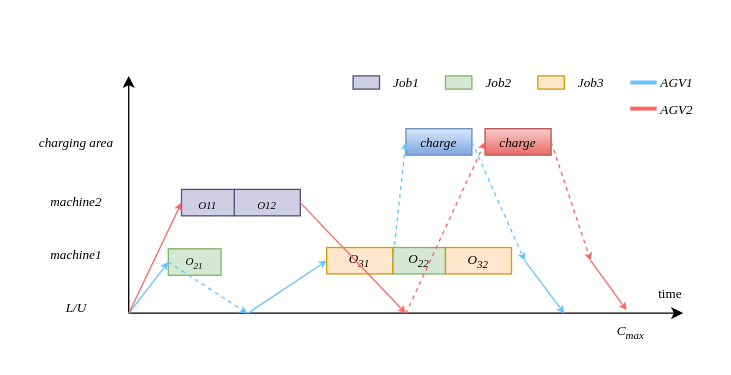
This is gante.drawio from aslongaslihappy/algorithm, a draw.io file, before an edit. Source tidied: cells renumbered, new cells numbered last; positions are measured from the earlier drawing's top-left corner, leaving out a move shared by most shapes. Both pictures are drawn from the tidied source at 132%, with x=0, y=0 at pixel (22, 62).
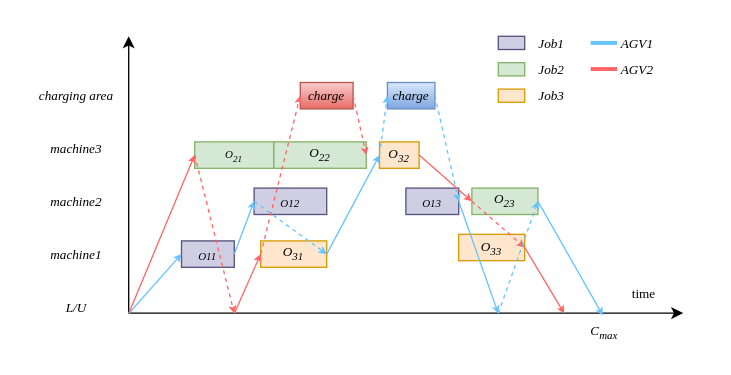
The same page after the edit.

What changed in the source:
```diff
@@
     <mxCell id="3" style="endArrow=classic;html=1;rounded=0;" parent="1" edge="1">
       <mxGeometry relative="1" as="geometry">
         <mxPoint x="80" y="190" as="sourcePoint" />
-        <mxPoint x="80" y="10" as="targetPoint" />
+        <mxPoint x="80" y="-20" as="targetPoint" />
       </mxGeometry>
     </mxCell>
@@
     <mxCell id="7" value="&lt;font face=&quot;Times New Roman&quot;&gt;&lt;span style=&quot;font-size: 10px;&quot;&gt;&lt;i&gt;charging area&lt;/i&gt;&lt;/span&gt;&lt;/font&gt;" style="text;html=1;align=center;verticalAlign=middle;strokeColor=none;fillColor=none;" parent="1" vertex="1">
-      <mxGeometry y="45" width="80" height="30" as="geometry" />
+      <mxGeometry y="10" width="80" height="30" as="geometry" />
     </mxCell>
     <mxCell id="8" value="&lt;span style=&quot;font-size: 8.33333px;&quot;&gt;O&lt;sub&gt;21&lt;/sub&gt;&lt;/span&gt;" style="rounded=0;whiteSpace=wrap;html=1;fontSize=10;fontStyle=2;fontFamily=Times New Roman;fillColor=#d5e8d4;strokeColor=#82b366;" parent="1" vertex="1">
-      <mxGeometry x="110" y="141" width="40" height="20" as="geometry" />
+      <mxGeometry x="130" y="60" width="60" height="20" as="geometry" />
     </mxCell>
     <mxCell id="9" value="&lt;sub&gt;&lt;span&gt;O&lt;/span&gt;12&lt;/sub&gt;" style="rounded=0;whiteSpace=wrap;html=1;fontSize=10;fontFamily=Times New Roman;fontStyle=2;fillColor=#d0cee2;strokeColor=#56517e;" parent="1" vertex="1">
-      <mxGeometry x="160" y="96" width="50" height="20" as="geometry" />
+      <mxGeometry x="175" y="95" width="55" height="20" as="geometry" />
     </mxCell>
     <mxCell id="10" value="O&lt;sub&gt;22&lt;/sub&gt;" style="rounded=0;whiteSpace=wrap;html=1;fontSize=10;fontStyle=2;fontFamily=Times New Roman;fillColor=#d5e8d4;strokeColor=#82b366;" parent="1" vertex="1">
-      <mxGeometry x="280" y="140" width="40" height="20" as="geometry" />
+      <mxGeometry x="190" y="60" width="70" height="20" as="geometry" />
     </mxCell>
     <mxCell id="11" value="&lt;font&gt;O&lt;sub&gt;31&lt;/sub&gt;&lt;/font&gt;" style="rounded=0;whiteSpace=wrap;html=1;fontFamily=Times New Roman;fillColor=#ffe6cc;strokeColor=#d79b00;fontStyle=2;fontSize=10;" parent="1" vertex="1">
-      <mxGeometry x="230" y="140" width="50" height="20" as="geometry" />
+      <mxGeometry x="180" y="135" width="50" height="20" as="geometry" />
     </mxCell>
     <mxCell id="12" value="charge" style="rounded=0;whiteSpace=wrap;html=1;fontFamily=Times New Roman;fontStyle=2;fontSize=10;fillColor=#f8cecc;strokeColor=#b85450;gradientColor=#ea6b66;" parent="1" vertex="1">
-      <mxGeometry x="350" y="50" width="50" height="20" as="geometry" />
+      <mxGeometry x="210" y="15" width="40" height="20" as="geometry" />
     </mxCell>
     <mxCell id="13" value="charge" style="rounded=0;whiteSpace=wrap;html=1;fontFamily=Times New Roman;fontStyle=2;fontSize=10;fillColor=#dae8fc;gradientColor=#7ea6e0;strokeColor=#6c8ebf;" parent="1" vertex="1">
-      <mxGeometry x="290" y="50" width="50" height="20" as="geometry" />
+      <mxGeometry x="276" y="15" width="36" height="20" as="geometry" />
     </mxCell>
     <mxCell id="14" value="&lt;font style=&quot;font-size: 10px;&quot;&gt;&lt;i&gt;O&lt;sub style=&quot;&quot;&gt;32&lt;/sub&gt;&lt;/i&gt;&lt;/font&gt;" style="rounded=0;whiteSpace=wrap;html=1;fontFamily=Times New Roman;fillColor=#ffe6cc;strokeColor=#d79b00;" parent="1" vertex="1">
-      <mxGeometry x="320" y="140" width="50" height="20" as="geometry" />
+      <mxGeometry x="270" y="60" width="30" height="20" as="geometry" />
     </mxCell>
     <mxCell id="15" value="&lt;span&gt;&lt;sub&gt;&lt;span&gt;O&lt;/span&gt;11&lt;/sub&gt;&lt;/span&gt;" style="rounded=0;whiteSpace=wrap;html=1;fontSize=10;fontFamily=Times New Roman;fontStyle=2;fillColor=#d0cee2;strokeColor=#56517e;" parent="1" vertex="1">
-      <mxGeometry x="120" y="96" width="40" height="20" as="geometry" />
+      <mxGeometry x="120" y="135" width="40" height="20" as="geometry" />
     </mxCell>
-    <mxCell id="16" style="endArrow=classic;html=1;rounded=0;entryX=0;entryY=0.5;entryDx=0;entryDy=0;strokeColor=light-dark(#66c4ff, #004a4a);endSize=3;" parent="1" edge="1" target="8">
+    <mxCell id="16" style="endArrow=classic;html=1;rounded=0;entryX=0;entryY=0.5;entryDx=0;entryDy=0;strokeColor=light-dark(#66c4ff, #004a4a);endSize=3;" parent="1" edge="1" target="15">
       <mxGeometry relative="1" as="geometry">
         <mxPoint x="80" y="190" as="sourcePoint" />
       </mxGeometry>
     </mxCell>
-    <mxCell id="17" style="endArrow=classic;html=1;rounded=0;strokeColor=light-dark(#66c4ff, #004a4a);jumpSize=6;endSize=3;exitX=0;exitY=0.5;exitDx=0;exitDy=0;dashed=1;" parent="1" edge="1" source="8">
-      <mxGeometry relative="1" as="geometry">
-        <mxPoint x="170" y="190" as="targetPoint" />
-      </mxGeometry>
-    </mxCell>
-    <mxCell id="18" style="endArrow=classic;html=1;rounded=0;strokeColor=#FF6666;endSize=3;fillColor=#fad9d5;dashed=1;exitX=1;exitY=0.5;exitDx=0;exitDy=0;" parent="1" edge="1" source="12">
-      <mxGeometry relative="1" as="geometry">
-        <mxPoint x="430" y="150" as="targetPoint" />
-      </mxGeometry>
-    </mxCell>
     <mxCell id="19" style="rounded=0;whiteSpace=wrap;html=1;fontSize=10;fontFamily=Times New Roman;fontStyle=2;fillColor=#d0cee2;strokeColor=#56517e;" parent="1" vertex="1">
-      <mxGeometry x="250" y="10" width="20" height="10" as="geometry" />
+      <mxGeometry x="360" y="-20" width="20" height="10" as="geometry" />
     </mxCell>
     <mxCell id="20" style="rounded=0;whiteSpace=wrap;html=1;fontSize=10;fontStyle=2;fontFamily=Times New Roman;fillColor=#d5e8d4;strokeColor=#82b366;" parent="1" vertex="1">
-      <mxGeometry x="320" y="10" width="20" height="10" as="geometry" />
+      <mxGeometry x="360" width="20" height="10" as="geometry" />
     </mxCell>
     <mxCell id="21" style="rounded=0;whiteSpace=wrap;html=1;fontFamily=Times New Roman;fillColor=#ffe6cc;strokeColor=#d79b00;" parent="1" vertex="1">
-      <mxGeometry x="390" y="10" width="20" height="10" as="geometry" />
+      <mxGeometry x="360" y="20" width="20" height="10" as="geometry" />
     </mxCell>
     <mxCell id="22" style="endArrow=none;html=1;rounded=0;strokeColor=light-dark(#66c4ff, #004a4a);jumpSize=6;endSize=3;startFill=0;strokeWidth=3;" parent="1" edge="1">
       <mxGeometry relative="1" as="geometry">
-        <mxPoint x="460" y="15" as="sourcePoint" />
-        <mxPoint x="480" y="15" as="targetPoint" />
+        <mxPoint x="430" y="-15" as="sourcePoint" />
+        <mxPoint x="450" y="-15" as="targetPoint" />
       </mxGeometry>
     </mxCell>
     <mxCell id="23" style="endArrow=none;html=1;rounded=0;strokeColor=#FF6666;endSize=3;fillColor=#fad9d5;exitX=1;exitY=0.5;exitDx=0;exitDy=0;strokeWidth=3;startFill=0;" parent="1" edge="1">
       <mxGeometry relative="1" as="geometry">
-        <mxPoint x="460" y="34.8" as="sourcePoint" />
-        <mxPoint x="480" y="34.8" as="targetPoint" />
+        <mxPoint x="430" y="4.8" as="sourcePoint" />
+        <mxPoint x="450" y="4.8" as="targetPoint" />
       </mxGeometry>
     </mxCell>
     <mxCell id="24" value="AGV1" style="text;html=1;align=center;verticalAlign=middle;strokeColor=none;fillColor=none;fontSize=10;fontFamily=Times New Roman;fontStyle=2;" parent="1" vertex="1">
-      <mxGeometry x="470" width="50" height="30" as="geometry" />
+      <mxGeometry x="440" y="-30" width="50" height="30" as="geometry" />
     </mxCell>
     <mxCell id="25" value="AGV2" style="text;html=1;align=center;verticalAlign=middle;strokeColor=none;fillColor=none;fontSize=10;fontFamily=Times New Roman;fontStyle=2;" parent="1" vertex="1">
-      <mxGeometry x="470" y="20" width="50" height="30" as="geometry" />
+      <mxGeometry x="440" y="-10" width="50" height="30" as="geometry" />
     </mxCell>
     <mxCell id="26" value="Job1" style="text;html=1;align=center;verticalAlign=middle;strokeColor=none;fillColor=none;fontSize=10;fontFamily=Times New Roman;fontStyle=2;" parent="1" vertex="1">
-      <mxGeometry x="270" width="40" height="30" as="geometry" />
+      <mxGeometry x="380" y="-30" width="40" height="30" as="geometry" />
     </mxCell>
     <mxCell id="27" value="Job2" style="text;html=1;align=center;verticalAlign=middle;strokeColor=none;fillColor=none;fontSize=10;fontFamily=Times New Roman;fontStyle=2;" parent="1" vertex="1">
-      <mxGeometry x="340" width="40" height="30" as="geometry" />
+      <mxGeometry x="380" y="-10" width="40" height="30" as="geometry" />
     </mxCell>
     <mxCell id="28" value="Job3" style="text;html=1;align=center;verticalAlign=middle;strokeColor=none;fillColor=none;fontSize=10;fontFamily=Times New Roman;fontStyle=2;" parent="1" vertex="1">
-      <mxGeometry x="410" width="40" height="30" as="geometry" />
+      <mxGeometry x="380" y="10" width="40" height="30" as="geometry" />
     </mxCell>
-    <mxCell id="29" style="endArrow=classic;html=1;rounded=0;strokeColor=#FF6666;endSize=3;fillColor=#fad9d5;entryX=0;entryY=0.5;entryDx=0;entryDy=0;dashed=1;" parent="1" edge="1" target="12">
-      <mxGeometry relative="1" as="geometry">
-        <mxPoint x="290" y="190" as="sourcePoint" />
-      </mxGeometry>
+    <mxCell id="29" style="endArrow=classic;html=1;rounded=0;strokeColor=#FF6666;endSize=3;fillColor=#fad9d5;entryX=0;entryY=0.5;entryDx=0;entryDy=0;dashed=1;exitX=0;exitY=0.5;exitDx=0;exitDy=0;" parent="1" edge="1" source="11" target="12">
+      <mxGeometry relative="1" as="geometry" />
     </mxCell>
     <mxCell id="30" value="time" style="text;html=1;align=center;verticalAlign=middle;strokeColor=none;fillColor=none;fontSize=10;fontFamily=Times New Roman;fontStyle=0;" parent="1" vertex="1">
-      <mxGeometry x="470" y="160" width="40" height="30" as="geometry" />
+      <mxGeometry x="450" y="160" width="40" height="30" as="geometry" />
     </mxCell>
     <mxCell id="31" value="C&lt;sub&gt;max&lt;/sub&gt;" style="text;html=1;align=center;verticalAlign=middle;points=[];strokeColor=none;fillColor=none;fontSize=10;fontFamily=Times New Roman;fontStyle=2;" parent="1" vertex="1">
-      <mxGeometry x="440" y="190" width="40" height="30" as="geometry" />
+      <mxGeometry x="420" y="190" width="40" height="30" as="geometry" />
     </mxCell>
-    <mxCell id="32" style="endArrow=classic;html=1;rounded=0;strokeColor=#FF6666;endSize=3;fillColor=#fad9d5;entryX=0;entryY=0.5;entryDx=0;entryDy=0;" parent="1" edge="1" target="15">
+    <mxCell id="32" style="endArrow=classic;html=1;rounded=0;strokeColor=#FF6666;endSize=3;fillColor=#fad9d5;entryX=0;entryY=0.5;entryDx=0;entryDy=0;" parent="1" edge="1" target="8">
       <mxGeometry relative="1" as="geometry">
         <mxPoint x="80" y="190" as="sourcePoint" />
       </mxGeometry>
     </mxCell>
-    <mxCell id="33" style="endArrow=classic;html=1;rounded=0;strokeColor=#FF6666;endSize=3;fillColor=#fad9d5;exitX=1;exitY=0.5;exitDx=0;exitDy=0;" parent="1" edge="1" source="9">
+    <mxCell id="33" style="endArrow=classic;html=1;rounded=0;strokeColor=#FF6666;endSize=3;fillColor=#fad9d5;exitX=0;exitY=0.5;exitDx=0;exitDy=0;dashed=1;" parent="1" edge="1" source="8">
       <mxGeometry relative="1" as="geometry">
-        <mxPoint x="290" y="190" as="targetPoint" />
+        <mxPoint x="160" y="190" as="targetPoint" />
       </mxGeometry>
     </mxCell>
-    <mxCell id="34" style="endArrow=classic;html=1;rounded=0;strokeColor=light-dark(#66c4ff, #004a4a);jumpSize=6;endSize=3;entryX=0;entryY=0.5;entryDx=0;entryDy=0;" parent="1" edge="1" target="11">
-      <mxGeometry relative="1" as="geometry">
-        <mxPoint x="170" y="190" as="sourcePoint" />
-      </mxGeometry>
+    <mxCell id="34" style="endArrow=classic;html=1;rounded=0;strokeColor=light-dark(#66c4ff, #004a4a);jumpSize=6;endSize=3;entryX=0;entryY=0.5;entryDx=0;entryDy=0;exitX=1;exitY=0.5;exitDx=0;exitDy=0;" parent="1" edge="1" source="15" target="9">
+      <mxGeometry relative="1" as="geometry" />
     </mxCell>
-    <mxCell id="35" style="endArrow=classic;html=1;rounded=0;strokeColor=light-dark(#66c4ff, #004a4a);jumpSize=6;endSize=3;entryX=0;entryY=0.5;entryDx=0;entryDy=0;exitX=1;exitY=0.5;exitDx=0;exitDy=0;dashed=1;" parent="1" edge="1" source="11" target="13">
-      <mxGeometry relative="1" as="geometry" />
-    </mxCell>
-    <mxCell id="36" style="endArrow=classic;html=1;rounded=0;strokeColor=light-dark(#66c4ff, #004a4a);jumpSize=6;endSize=3;exitX=1;exitY=0.5;exitDx=0;exitDy=0;dashed=1;" parent="1" edge="1" source="13">
-      <mxGeometry relative="1" as="geometry">
-        <mxPoint x="380" y="150" as="targetPoint" />
-      </mxGeometry>
-    </mxCell>
-    <mxCell id="37" style="endArrow=classic;html=1;rounded=0;strokeColor=light-dark(#66c4ff, #004a4a);jumpSize=6;endSize=3;" parent="1" edge="1">
-      <mxGeometry relative="1" as="geometry">
-        <mxPoint x="380" y="150" as="sourcePoint" />
-        <mxPoint x="410" y="190" as="targetPoint" />
-      </mxGeometry>
-    </mxCell>
-    <mxCell id="38" style="endArrow=classic;html=1;rounded=0;strokeColor=#FF6666;endSize=3;fillColor=#fad9d5;entryX=0.431;entryY=-0.084;entryDx=0;entryDy=0;entryPerimeter=0;" parent="1" edge="1" target="31">
+    <mxCell id="38" style="endArrow=classic;html=1;rounded=0;strokeColor=#FF6666;endSize=3;fillColor=#fad9d5;entryX=0;entryY=0.5;entryDx=0;entryDy=0;" parent="1" edge="1" target="11">
       <mxGeometry relative="1" as="geometry">
-        <mxPoint x="430" y="150" as="sourcePoint" />
+        <mxPoint x="160" y="190" as="sourcePoint" />
       </mxGeometry>
     </mxCell>
+    <mxCell id="39" value="&lt;i style=&quot;font-family: &amp;quot;Times New Roman&amp;quot;; font-size: 10px;&quot;&gt;machine3&lt;/i&gt;" style="text;html=1;align=center;verticalAlign=middle;strokeColor=none;fillColor=none;" parent="1" vertex="1">
+      <mxGeometry x="10" y="50" width="60" height="30" as="geometry" />
+    </mxCell>
+    <mxCell id="40" style="endArrow=classic;html=1;rounded=0;strokeColor=light-dark(#66c4ff, #004a4a);jumpSize=6;endSize=3;entryX=0;entryY=0.5;entryDx=0;entryDy=0;exitX=1;exitY=0.5;exitDx=0;exitDy=0;" parent="1" edge="1" source="11" target="14">
+      <mxGeometry relative="1" as="geometry" />
+    </mxCell>
+    <mxCell id="41" style="endArrow=classic;html=1;rounded=0;strokeColor=light-dark(#66c4ff, #004a4a);jumpSize=6;endSize=3;entryX=1;entryY=0.5;entryDx=0;entryDy=0;exitX=0;exitY=0.5;exitDx=0;exitDy=0;dashed=1;" parent="1" edge="1" source="9" target="11">
+      <mxGeometry relative="1" as="geometry" />
+    </mxCell>
+    <mxCell id="42" style="endArrow=classic;html=1;rounded=0;strokeColor=light-dark(#66c4ff, #004a4a);jumpSize=6;endSize=3;dashed=1;exitX=0;exitY=0.5;exitDx=0;exitDy=0;entryX=0;entryY=0.5;entryDx=0;entryDy=0;" parent="1" edge="1" source="14" target="13">
+      <mxGeometry relative="1" as="geometry" />
+    </mxCell>
+    <mxCell id="43" value="O&lt;sub&gt;23&lt;/sub&gt;" style="rounded=0;whiteSpace=wrap;html=1;fontSize=10;fontStyle=2;fontFamily=Times New Roman;fillColor=#d5e8d4;strokeColor=#82b366;" parent="1" vertex="1">
+      <mxGeometry x="340" y="95" width="50" height="20" as="geometry" />
+    </mxCell>
+    <mxCell id="44" value="&lt;font style=&quot;font-size: 10px;&quot;&gt;&lt;i&gt;O&lt;sub style=&quot;&quot;&gt;33&lt;/sub&gt;&lt;/i&gt;&lt;/font&gt;" style="rounded=0;whiteSpace=wrap;html=1;fontFamily=Times New Roman;fillColor=#ffe6cc;strokeColor=#d79b00;" parent="1" vertex="1">
+      <mxGeometry x="330" y="130" width="50" height="20" as="geometry" />
+    </mxCell>
+    <mxCell id="45" value="&lt;sub&gt;&lt;span&gt;O&lt;/span&gt;13&lt;/sub&gt;" style="rounded=0;whiteSpace=wrap;html=1;fontSize=10;fontFamily=Times New Roman;fontStyle=2;fillColor=#d0cee2;strokeColor=#56517e;" parent="1" vertex="1">
+      <mxGeometry x="290" y="95" width="40" height="20" as="geometry" />
+    </mxCell>
+    <mxCell id="46" style="endArrow=classic;html=1;rounded=0;strokeColor=light-dark(#66c4ff, #004a4a);jumpSize=6;endSize=3;exitX=1;exitY=0.5;exitDx=0;exitDy=0;" parent="1" edge="1" source="45">
+      <mxGeometry relative="1" as="geometry">
+        <mxPoint x="360" y="190" as="targetPoint" />
+      </mxGeometry>
+    </mxCell>
+    <mxCell id="47" style="endArrow=classic;html=1;rounded=0;strokeColor=#FF6666;endSize=3;fillColor=#fad9d5;entryX=1;entryY=0.5;entryDx=0;entryDy=0;dashed=1;exitX=1;exitY=0.5;exitDx=0;exitDy=0;" parent="1" edge="1" source="12" target="10">
+      <mxGeometry relative="1" as="geometry" />
+    </mxCell>
+    <mxCell id="48" style="endArrow=classic;html=1;rounded=0;strokeColor=#FF6666;endSize=3;fillColor=#fad9d5;dashed=1;entryX=1;entryY=0.5;entryDx=0;entryDy=0;" parent="1" edge="1" target="44">
+      <mxGeometry relative="1" as="geometry">
+        <mxPoint x="340" y="105" as="sourcePoint" />
+      </mxGeometry>
+    </mxCell>
+    <mxCell id="49" style="endArrow=classic;html=1;rounded=0;strokeColor=#FF6666;endSize=3;fillColor=#fad9d5;exitX=1;exitY=0.5;exitDx=0;exitDy=0;" parent="1" edge="1" source="44">
+      <mxGeometry relative="1" as="geometry">
+        <mxPoint x="410" y="190" as="targetPoint" />
+      </mxGeometry>
+    </mxCell>
+    <mxCell id="50" style="endArrow=classic;html=1;rounded=0;strokeColor=light-dark(#66c4ff, #004a4a);jumpSize=6;endSize=3;dashed=1;exitX=0;exitY=0.5;exitDx=0;exitDy=0;entryX=1;entryY=0.5;entryDx=0;entryDy=0;" parent="1" edge="1" target="43">
+      <mxGeometry relative="1" as="geometry">
+        <mxPoint x="360" y="190" as="sourcePoint" />
+      </mxGeometry>
+    </mxCell>
+    <mxCell id="51" style="endArrow=classic;html=1;rounded=0;strokeColor=light-dark(#66c4ff, #004a4a);jumpSize=6;endSize=3;exitX=1;exitY=0.5;exitDx=0;exitDy=0;entryX=0.48;entryY=0.047;entryDx=0;entryDy=0;entryPerimeter=0;" parent="1" edge="1" source="43" target="31">
+      <mxGeometry relative="1" as="geometry" />
+    </mxCell>
+    <mxCell id="52" style="endArrow=classic;html=1;rounded=0;strokeColor=#FF6666;endSize=3;fillColor=#fad9d5;exitX=1;exitY=0.5;exitDx=0;exitDy=0;entryX=0;entryY=0.5;entryDx=0;entryDy=0;" parent="1" edge="1" source="14" target="43">
+      <mxGeometry relative="1" as="geometry" />
+    </mxCell>
+    <mxCell id="53" style="endArrow=classic;html=1;rounded=0;strokeColor=light-dark(#66c4ff, #004a4a);jumpSize=6;endSize=3;entryX=1;entryY=0.5;entryDx=0;entryDy=0;exitX=1;exitY=0.5;exitDx=0;exitDy=0;dashed=1;" parent="1" edge="1" source="13" target="45">
+      <mxGeometry relative="1" as="geometry" />
+    </mxCell>
```
